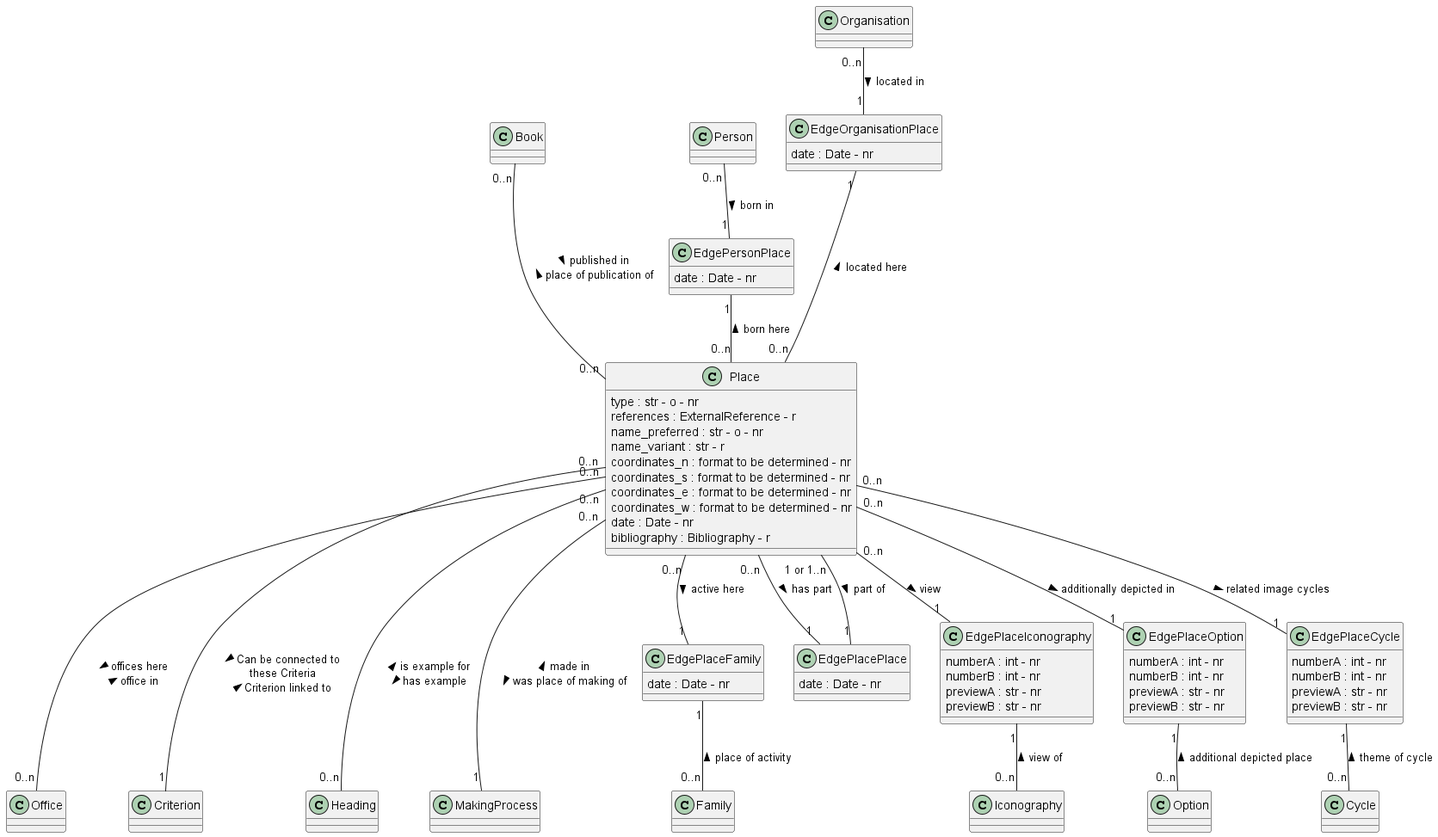
Earlier version of the PlantUML export documentation/class_diagrams/Place.png (tmasch/bpf_be). Its diagram source:
```plantuml
@startuml
class Place
Place : type : str - o - nr
Place : references : ExternalReference - r
Place : name_preferred : str - o - nr
Place : name_variant : str - r
Place : coordinates_n : format to be determined - nr
Place : coordinates_s : format to be determined - nr
Place : coordinates_e : format to be determined - nr
Place : coordinates_w : format to be determined - nr
Place : date : Date - nr
Place : bibliography : Bibliography - r


class Person

class Family

class Office

class Organisation

class Place

class Iconography

class Option

class Criterion

class Cycle

class Book

class Heading

class MakingProcess

class EdgePersonPlace
EdgePersonPlace : date : Date - nr

class EdgePlaceFamily
EdgePlaceFamily : date : Date - nr

class EdgeOrganisationPlace
EdgeOrganisationPlace : date : Date - nr

class EdgePlacePlace
EdgePlacePlace : date : Date - nr

class EdgePlaceIconography
EdgePlaceIconography : numberA : int - nr
EdgePlaceIconography : numberB : int - nr
EdgePlaceIconography : previewA : str - nr
EdgePlaceIconography : previewB : str - nr

class EdgePlaceOption
EdgePlaceOption : numberA : int - nr
EdgePlaceOption : numberB : int - nr
EdgePlaceOption : previewA : str - nr
EdgePlaceOption : previewB : str - nr

class EdgePlaceCycle
EdgePlaceCycle : numberA : int - nr
EdgePlaceCycle : numberB : int - nr
EdgePlaceCycle : previewA : str - nr
EdgePlaceCycle : previewB : str - nr

Person "0..n" -- "1" EdgePersonPlace : born in >
EdgePersonPlace "1" -- "0..n" Place : born here <

Place "0..n" -- "1" EdgePlaceFamily: active here >
EdgePlaceFamily "1" -- "0..n" Family : place of activity <

Place "0..n" --- "0..n" Office : > offices here \n office in <

Organisation "0..n" -- "1" EdgeOrganisationPlace : located in >
EdgeOrganisationPlace "1" --- "0..n" Place : located here <

Place "0..n" -- "1" EdgePlacePlace : has part >
EdgePlacePlace "1" -- "1 or 1..n" Place : part of <

Place "0..n" -- "1" EdgePlaceIconography : view >
EdgePlaceIconography "1" -- "0..n" Iconography : view of <

Place "0..n" -- "1" EdgePlaceOption : additionally depicted in >
EdgePlaceOption "1" -- "0..n" Option : additional depicted place <

Place "0..n" --- "1" Criterion : > Can be connected to \n these Criteria \n Criterion linked to <

Place "0..n" -- "1" EdgePlaceCycle : related image cycles >
EdgePlaceCycle "1" -- "0..n" Cycle : theme of cycle <

Book "0..n" --- "0..n" Place : > published in  \n place of publication of <

Place "0..n" --- "0..n" Heading : < is example for \n has example >

Place "0..n" --- "1" MakingProcess : < made in \n was place of making of >

@enduml
```
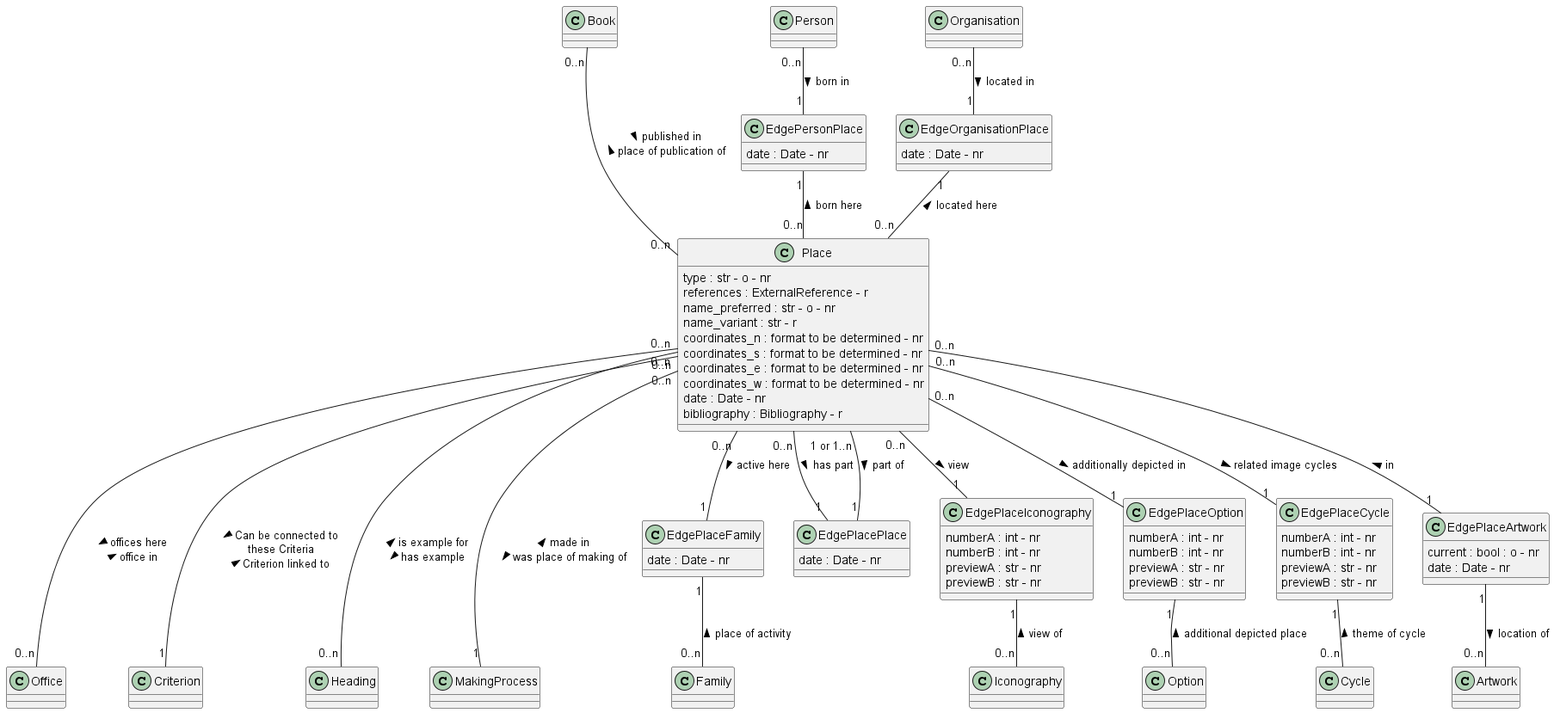
The same diagram one commit later.

Commit message:
Classes Artwork and MakingProcess added

Change to the diagram source:
```diff
@@ -36,6 +36,8 @@
 
 class MakingProcess
 
+class Artwork
+
 class EdgePersonPlace
 EdgePersonPlace : date : Date - nr
 
@@ -66,6 +68,10 @@
 EdgePlaceCycle : previewA : str - nr
 EdgePlaceCycle : previewB : str - nr
 
+class EdgePlaceArtwork
+EdgePlaceArtwork : current : bool : o - nr
+EdgePlaceArtwork : date : Date - nr
+
 Person "0..n" -- "1" EdgePersonPlace : born in >
 EdgePersonPlace "1" -- "0..n" Place : born here <
 
@@ -75,7 +81,7 @@
 Place "0..n" --- "0..n" Office : > offices here \n office in <
 
 Organisation "0..n" -- "1" EdgeOrganisationPlace : located in >
-EdgeOrganisationPlace "1" --- "0..n" Place : located here <
+EdgeOrganisationPlace "1" -- "0..n" Place : located here <
 
 Place "0..n" -- "1" EdgePlacePlace : has part >
 EdgePlacePlace "1" -- "1 or 1..n" Place : part of <
@@ -97,4 +103,7 @@
 
 Place "0..n" --- "1" MakingProcess : < made in \n was place of making of >
 
+Place "0..n" -- "1" EdgePlaceArtwork : < in
+EdgePlaceArtwork  "1" -- "0..n" Artwork :   location of >
+
 @enduml
```
